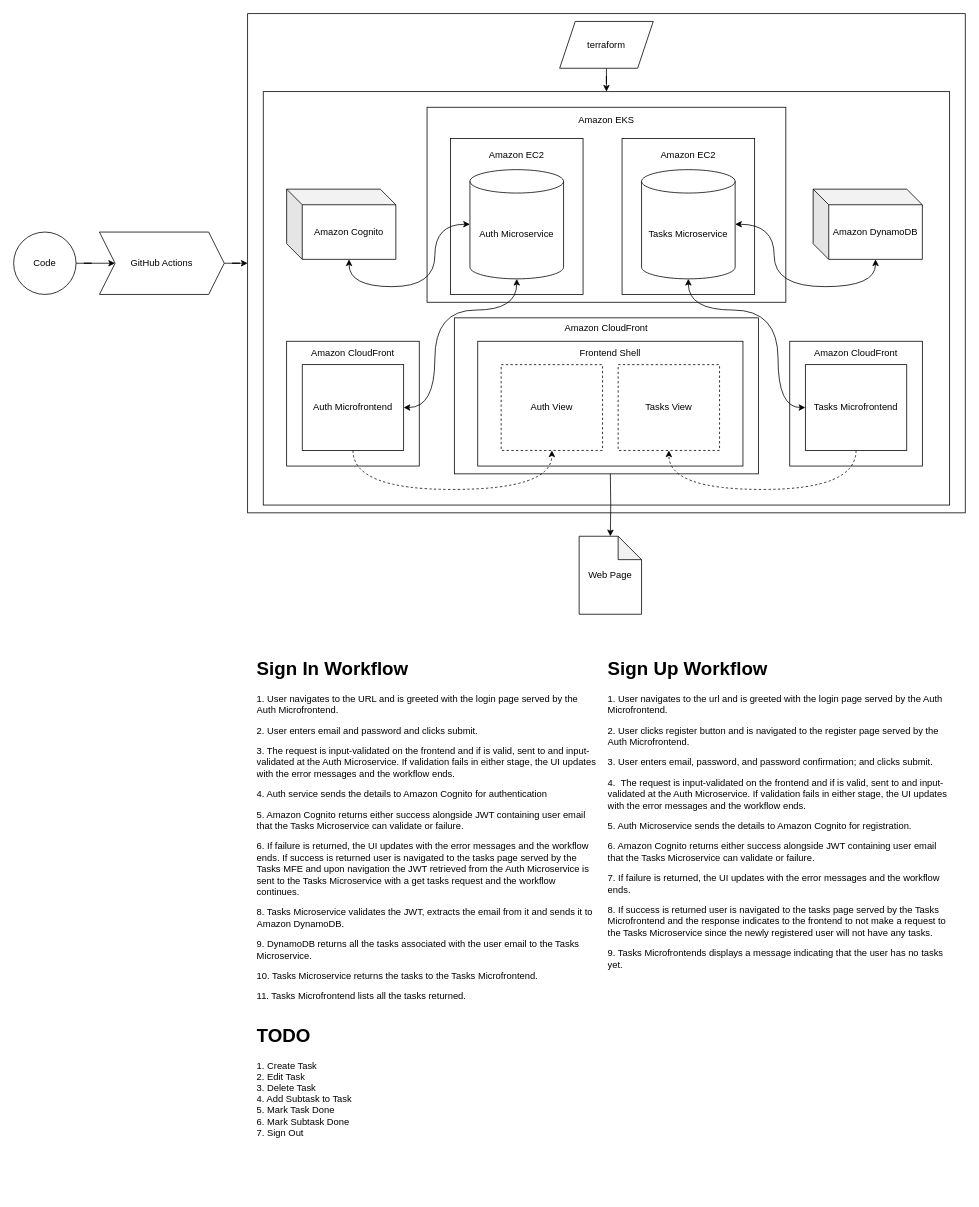
Before: maps.drawio in wlnzed/mytasks, a draw.io diagram. Source tidied: cells renumbered, new cells numbered last; positions are measured from the earlier drawing's top-left corner, leaving out a move shared by most shapes. Both pictures are drawn from the tidied source at 78%, with x=0, y=0 at pixel (13, 13).
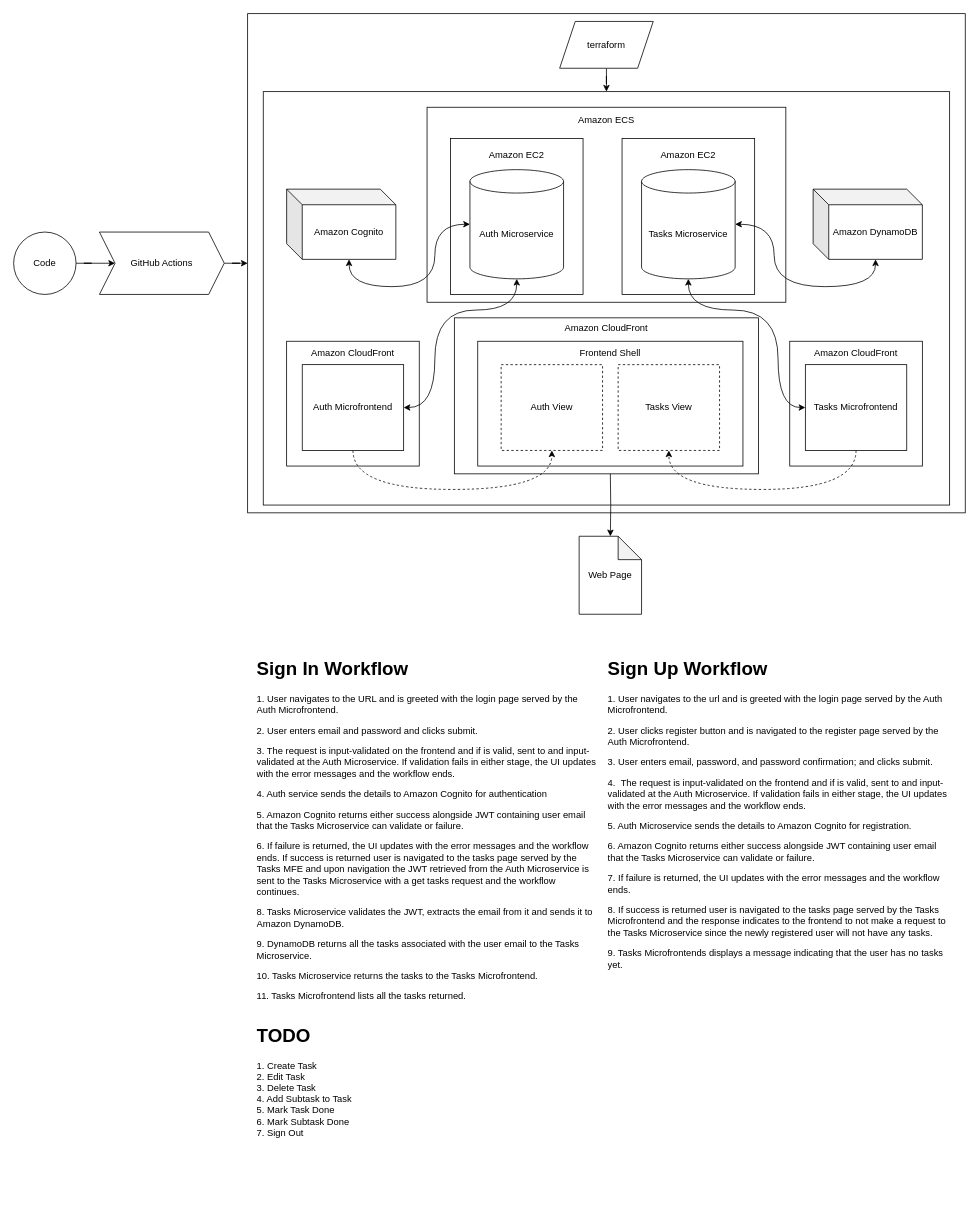
The same page after the edit.

Commit message:
replace amazon eks with ecs in maps

Change to the diagram source:
```diff
@@
-    <mxCell id="6" value="Amazon EKS&lt;div&gt;&lt;br&gt;&lt;/div&gt;&lt;div&gt;&lt;br&gt;&lt;/div&gt;&lt;div&gt;&lt;br&gt;&lt;/div&gt;&lt;div&gt;&lt;br&gt;&lt;/div&gt;&lt;div&gt;&lt;br&gt;&lt;/div&gt;&lt;div&gt;&lt;br&gt;&lt;/div&gt;&lt;div&gt;&lt;br&gt;&lt;/div&gt;&lt;div&gt;&lt;br&gt;&lt;/div&gt;&lt;div&gt;&lt;br&gt;&lt;/div&gt;&lt;div&gt;&lt;br&gt;&lt;/div&gt;&lt;div&gt;&lt;br&gt;&lt;/div&gt;&lt;div&gt;&lt;br&gt;&lt;/div&gt;&lt;div&gt;&lt;br&gt;&lt;/div&gt;&lt;div&gt;&lt;br&gt;&lt;/div&gt;&lt;div&gt;&lt;br&gt;&lt;/div&gt;" style="rounded=0;whiteSpace=wrap;html=1;" parent="1" vertex="1">
+    <mxCell id="6" value="Amazon ECS&lt;div&gt;&lt;div&gt;&lt;br&gt;&lt;/div&gt;&lt;div&gt;&lt;br&gt;&lt;/div&gt;&lt;div&gt;&lt;br&gt;&lt;/div&gt;&lt;div&gt;&lt;br&gt;&lt;/div&gt;&lt;div&gt;&lt;br&gt;&lt;/div&gt;&lt;div&gt;&lt;br&gt;&lt;/div&gt;&lt;div&gt;&lt;br&gt;&lt;/div&gt;&lt;div&gt;&lt;br&gt;&lt;/div&gt;&lt;div&gt;&lt;br&gt;&lt;/div&gt;&lt;div&gt;&lt;br&gt;&lt;/div&gt;&lt;div&gt;&lt;br&gt;&lt;/div&gt;&lt;div&gt;&lt;br&gt;&lt;/div&gt;&lt;div&gt;&lt;br&gt;&lt;/div&gt;&lt;div&gt;&lt;br&gt;&lt;/div&gt;&lt;div&gt;&lt;br&gt;&lt;/div&gt;&lt;/div&gt;" style="rounded=0;whiteSpace=wrap;html=1;" parent="1" vertex="1">
       <mxGeometry x="530" y="120" width="460" height="250" as="geometry" />
     </mxCell>
```
